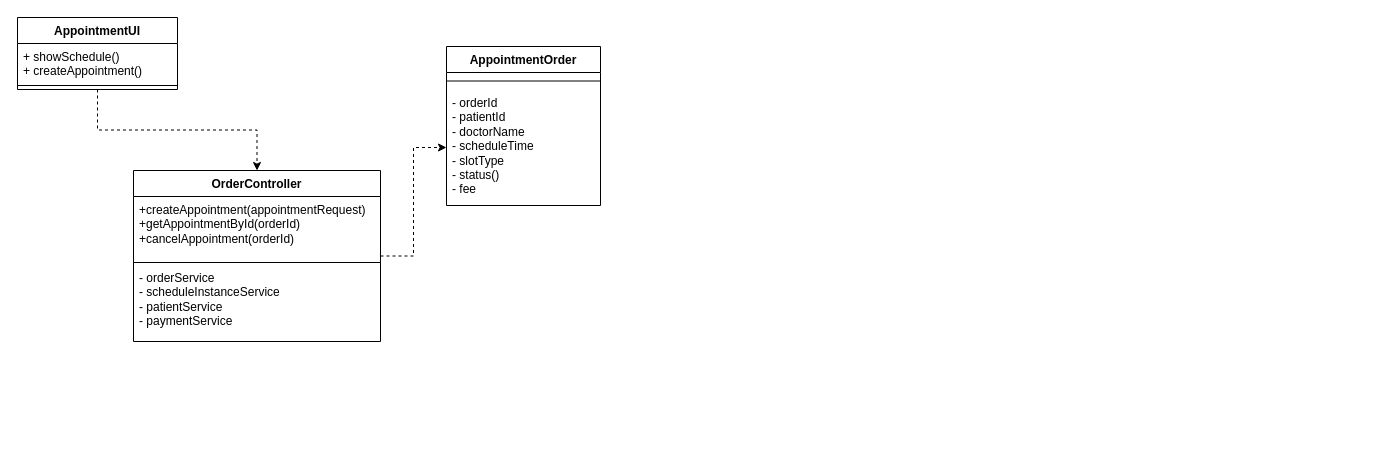
This is 预约挂号类图.drawio from Lxlorange/drawio, a draw.io file, before an edit. Source tidied: cells renumbered, new cells numbered last; positions are measured from the earlier drawing's top-left corner, leaving out a move shared by most shapes. Both pictures are drawn from the tidied source at 100%, with x=0, y=0 at pixel (17, 17).
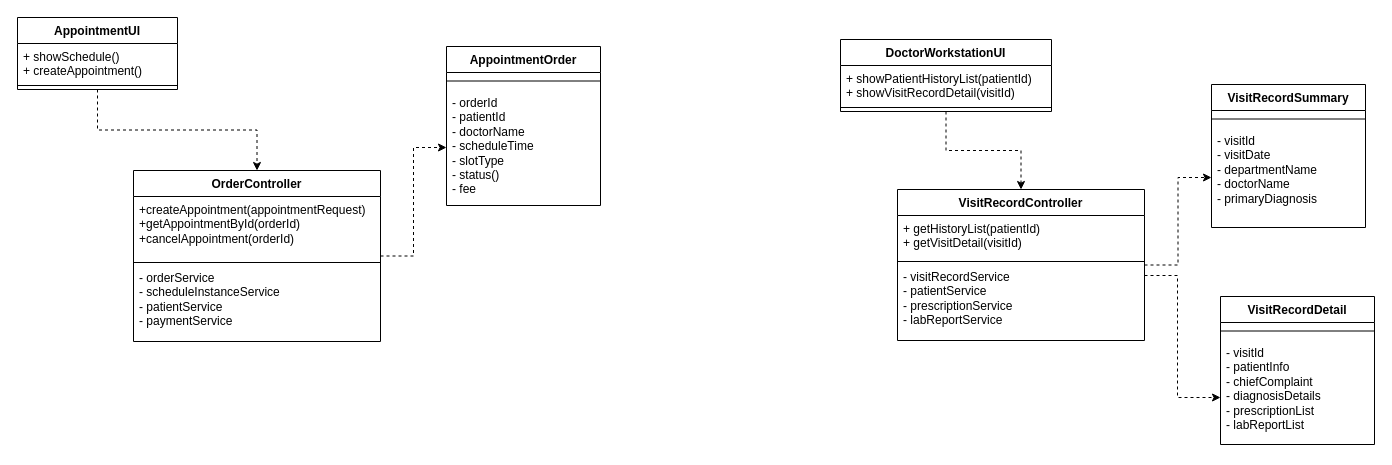
After the change.

Commit message (it also covers changes not shown here):
Update 预约挂号类图.drawio

What changed in the source:
```diff
@@
+    <mxCell id="14" style="edgeStyle=orthogonalEdgeStyle;rounded=0;jettySize=auto;html=1;exitX=0.5;exitY=1;exitDx=0;exitDy=0;dashed=1;" parent="1" edge="1" source="15" target="20">
+      <mxGeometry relative="1" as="geometry" />
+    </mxCell>
+    <mxCell id="15" value="DoctorWorkstationUI " style="swimlane;fontStyle=1;align=center;verticalAlign=top;horizontal=1;startSize=26;whiteSpace=wrap;html=1;" parent="1" vertex="1">
+      <mxGeometry x="823" y="22" width="211" height="72" as="geometry" />
+    </mxCell>
+    <mxCell id="16" value="+ showPatientHistoryList(patientId)&lt;br&gt;  + showVisitRecordDetail(visitId)" style="text;strokeColor=none;fillColor=none;align=left;verticalAlign=top;spacingLeft=4;spacingRight=4;overflow=hidden;whiteSpace=wrap;html=1;" parent="15" vertex="1">
+      <mxGeometry y="26" width="211" height="38" as="geometry" />
+    </mxCell>
+    <mxCell id="17" style="line;strokeWidth=1;fillColor=none;align=left;verticalAlign=middle;spacingTop=-1;spacingLeft=3;spacingRight=3;labelPosition=right;strokeColor=inherit;" parent="15" vertex="1">
+      <mxGeometry y="64" width="211" height="8" as="geometry" />
+    </mxCell>
+    <mxCell id="18" style="edgeStyle=orthogonalEdgeStyle;rounded=0;jettySize=auto;html=1;dashed=1;" parent="1" edge="1" source="20" target="26">
+      <mxGeometry relative="1" as="geometry" />
+    </mxCell>
+    <mxCell id="19" style="edgeStyle=orthogonalEdgeStyle;rounded=0;jettySize=auto;html=1;dashed=1;" parent="1" edge="1" source="20" target="29">
+      <mxGeometry relative="1" as="geometry">
+        <Array as="points">
+          <mxPoint x="1160" y="258" />
+          <mxPoint x="1160" y="380" />
+        </Array>
+      </mxGeometry>
+    </mxCell>
+    <mxCell id="20" value="VisitRecordController " style="swimlane;fontStyle=1;align=center;verticalAlign=top;horizontal=1;startSize=26;whiteSpace=wrap;html=1;" parent="1" vertex="1">
+      <mxGeometry x="880" y="172" width="247" height="151" as="geometry" />
+    </mxCell>
+    <mxCell id="21" value="+ getHistoryList(patientId)&amp;nbsp;&lt;div&gt;+ getVisitDetail(visitId)&lt;/div&gt;" style="text;strokeColor=none;fillColor=none;align=left;verticalAlign=top;spacingLeft=4;spacingRight=4;overflow=hidden;whiteSpace=wrap;html=1;" parent="20" vertex="1">
+      <mxGeometry y="26" width="247" height="44" as="geometry" />
+    </mxCell>
+    <mxCell id="22" style="line;strokeWidth=1;fillColor=none;align=left;verticalAlign=middle;spacingTop=-1;spacingLeft=3;spacingRight=3;labelPosition=right;strokeColor=inherit;" parent="20" vertex="1">
+      <mxGeometry y="70" width="247" height="4" as="geometry" />
+    </mxCell>
+    <mxCell id="23" value="- visitRecordService&lt;div&gt;- patientService&lt;/div&gt;&lt;div&gt;- prescriptionService&lt;/div&gt;&lt;div&gt;- labReportService&lt;/div&gt;" style="text;strokeColor=none;fillColor=none;align=left;verticalAlign=top;spacingLeft=4;spacingRight=4;overflow=hidden;whiteSpace=wrap;html=1;" parent="20" vertex="1">
+      <mxGeometry y="74" width="247" height="77" as="geometry" />
+    </mxCell>
+    <mxCell id="24" value="VisitRecordSummary " style="swimlane;fontStyle=1;align=center;verticalAlign=top;horizontal=1;startSize=26;whiteSpace=wrap;html=1;" parent="1" vertex="1">
+      <mxGeometry x="1194" y="67" width="154" height="143" as="geometry" />
+    </mxCell>
+    <mxCell id="25" style="line;strokeWidth=1;fillColor=none;align=left;verticalAlign=middle;spacingTop=-1;spacingLeft=3;spacingRight=3;labelPosition=right;strokeColor=inherit;" parent="24" vertex="1">
+      <mxGeometry y="26" width="154" height="17" as="geometry" />
+    </mxCell>
+    <mxCell id="26" value="- visitId&lt;div&gt;- visitDate&lt;/div&gt;&lt;div&gt;- departmentName&lt;/div&gt;&lt;div&gt;- doctorName&lt;/div&gt;&lt;div&gt;- primaryDiagnosis&lt;/div&gt;" style="text;strokeColor=none;fillColor=none;align=left;verticalAlign=top;spacingLeft=4;spacingRight=4;overflow=hidden;points=[[0,0.5],[1,0.5]];portConstraint=eastwest;whiteSpace=wrap;html=1;" parent="24" vertex="1">
+      <mxGeometry y="43" width="154" height="100" as="geometry" />
+    </mxCell>
+    <mxCell id="27" value="VisitRecordDetail " style="swimlane;fontStyle=1;align=center;verticalAlign=top;horizontal=1;startSize=26;whiteSpace=wrap;html=1;" parent="1" vertex="1">
+      <mxGeometry x="1203" y="279" width="154" height="148" as="geometry" />
+    </mxCell>
+    <mxCell id="28" style="line;strokeWidth=1;fillColor=none;align=left;verticalAlign=middle;spacingTop=-1;spacingLeft=3;spacingRight=3;labelPosition=right;strokeColor=inherit;" parent="27" vertex="1">
+      <mxGeometry y="26" width="154" height="17" as="geometry" />
+    </mxCell>
+    <mxCell id="29" value="- visitId&lt;div&gt;- patientInfo&lt;/div&gt;&lt;div&gt;- chiefComplaint&lt;/div&gt;&lt;div&gt;- diagnosisDetails&lt;/div&gt;&lt;div&gt;- prescriptionList&lt;/div&gt;&lt;div&gt;- labReportList&lt;/div&gt;" style="text;strokeColor=none;fillColor=none;align=left;verticalAlign=top;spacingLeft=4;spacingRight=4;overflow=hidden;points=[[0,0.5],[1,0.5]];portConstraint=eastwest;whiteSpace=wrap;html=1;" parent="27" vertex="1">
+      <mxGeometry y="43" width="154" height="105" as="geometry" />
+    </mxCell>
```
